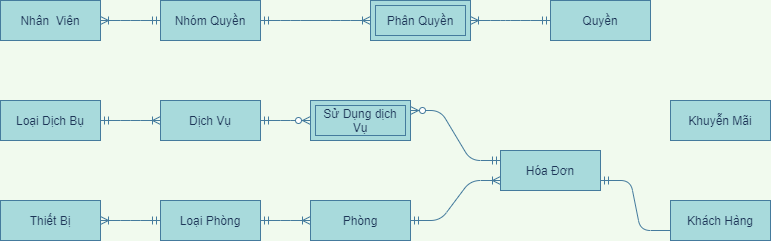
The draw.io diagram EntityRelationship-QLKS.png in maialino123/QLKS, before a commit. Source tidied: cells renumbered, new cells last; positions are measured from the earlier drawing's top-left corner, leaving out a move shared by most shapes. The source it was exported from:
```xml
<mxGraphModel background="#F1FAEE">
  <root>
    <mxCell id="0" />
    <mxCell id="1" parent="0" />
    <mxCell id="2" style="edgeStyle=entityRelationEdgeStyle;fontSize=12;html=1;endArrow=ERoneToMany;startArrow=ERmandOne;strokeColor=#457B9D;fillColor=#A8DADC;fontColor=#1D3557;exitX=1;exitY=0.5;exitDx=0;exitDy=0;entryX=0;entryY=0.5;entryDx=0;entryDy=0;labelBackgroundColor=#F1FAEE;" parent="1" edge="1" source="18" target="19">
      <mxGeometry relative="1" as="geometry" />
    </mxCell>
    <mxCell id="3" style="edgeStyle=entityRelationEdgeStyle;fontSize=12;html=1;endArrow=ERoneToMany;startArrow=ERmandOne;strokeColor=#457B9D;fillColor=#A8DADC;fontColor=#1D3557;entryX=1;entryY=0.5;entryDx=0;entryDy=0;exitX=0;exitY=0.5;exitDx=0;exitDy=0;labelBackgroundColor=#F1FAEE;" parent="1" edge="1" source="18" target="17">
      <mxGeometry relative="1" as="geometry" />
    </mxCell>
    <mxCell id="4" style="edgeStyle=entityRelationEdgeStyle;fontSize=12;html=1;endArrow=ERoneToMany;startArrow=ERmandOne;strokeColor=#457B9D;fontColor=#1D3557;exitX=1;exitY=0.5;exitDx=0;exitDy=0;entryX=0;entryY=0.5;entryDx=0;entryDy=0;labelBackgroundColor=#F1FAEE;" parent="1" edge="1" source="14" target="15">
      <mxGeometry relative="1" as="geometry" />
    </mxCell>
    <mxCell id="5" style="edgeStyle=entityRelationEdgeStyle;fontSize=12;html=1;endArrow=ERzeroToMany;startArrow=ERmandOne;entryX=0;entryY=0.5;entryDx=0;entryDy=0;strokeColor=#457B9D;fontColor=#1D3557;exitX=1;exitY=0.5;exitDx=0;exitDy=0;labelBackgroundColor=#F1FAEE;" parent="1" edge="1" source="15" target="6">
      <mxGeometry relative="1" as="geometry" />
    </mxCell>
    <mxCell id="6" value="Sử Dụng dịch Vụ" style="shape=ext;margin=3;double=1;whiteSpace=wrap;html=1;align=center;strokeColor=#457B9D;fillColor=#A8DADC;fontColor=#1D3557;" parent="1" vertex="1">
      <mxGeometry x="310" y="100" width="100" height="40" as="geometry" />
    </mxCell>
    <mxCell id="7" style="edgeStyle=entityRelationEdgeStyle;fontSize=12;html=1;endArrow=ERzeroToMany;startArrow=ERmandOne;entryX=1;entryY=0.25;entryDx=0;entryDy=0;strokeColor=#457B9D;fontColor=#1D3557;exitX=0;exitY=0.25;exitDx=0;exitDy=0;labelBackgroundColor=#F1FAEE;" parent="1" edge="1" source="21" target="6">
      <mxGeometry relative="1" as="geometry" />
    </mxCell>
    <mxCell id="8" style="edgeStyle=entityRelationEdgeStyle;fontSize=12;html=1;endArrow=ERoneToMany;startArrow=ERmandOne;strokeColor=#457B9D;fontColor=#1D3557;entryX=1;entryY=0.5;entryDx=0;entryDy=0;exitX=0;exitY=0.5;exitDx=0;exitDy=0;labelBackgroundColor=#F1FAEE;" parent="1" edge="1" source="12" target="9">
      <mxGeometry relative="1" as="geometry" />
    </mxCell>
    <mxCell id="9" value="Phân Quyền" style="shape=ext;margin=3;double=1;whiteSpace=wrap;html=1;align=center;strokeColor=#457B9D;fillColor=#A8DADC;fontColor=#1D3557;" parent="1" vertex="1">
      <mxGeometry x="370" width="100" height="40" as="geometry" />
    </mxCell>
    <mxCell id="10" style="edgeStyle=entityRelationEdgeStyle;fontSize=12;html=1;endArrow=ERoneToMany;startArrow=ERmandOne;strokeColor=#457B9D;fontColor=#1D3557;exitX=0;exitY=0.5;exitDx=0;exitDy=0;entryX=1;entryY=0.5;entryDx=0;entryDy=0;labelBackgroundColor=#F1FAEE;" parent="1" edge="1" source="11" target="13">
      <mxGeometry relative="1" as="geometry" />
    </mxCell>
    <mxCell id="11" value="Nhóm Quyền" style="whiteSpace=wrap;html=1;align=center;rounded=0;sketch=0;strokeColor=#457B9D;fillColor=#A8DADC;fontColor=#1D3557;" parent="1" vertex="1">
      <mxGeometry x="160" width="100" height="40" as="geometry" />
    </mxCell>
    <mxCell id="12" value="Quyền" style="whiteSpace=wrap;html=1;align=center;rounded=0;sketch=0;strokeColor=#457B9D;fillColor=#A8DADC;fontColor=#1D3557;" parent="1" vertex="1">
      <mxGeometry x="550" width="100" height="40" as="geometry" />
    </mxCell>
    <mxCell id="13" value="Nhân&amp;nbsp; Viên" style="whiteSpace=wrap;html=1;align=center;rounded=0;sketch=0;strokeColor=#457B9D;fillColor=#A8DADC;fontColor=#1D3557;" parent="1" vertex="1">
      <mxGeometry width="100" height="40" as="geometry" />
    </mxCell>
    <mxCell id="14" value="Loại Dịch Bụ" style="whiteSpace=wrap;html=1;align=center;rounded=0;sketch=0;strokeColor=#457B9D;fillColor=#A8DADC;fontColor=#1D3557;" parent="1" vertex="1">
      <mxGeometry y="100" width="100" height="40" as="geometry" />
    </mxCell>
    <mxCell id="15" value="Dịch Vụ" style="whiteSpace=wrap;html=1;align=center;rounded=0;sketch=0;strokeColor=#457B9D;fillColor=#A8DADC;fontColor=#1D3557;" parent="1" vertex="1">
      <mxGeometry x="160" y="100" width="100" height="40" as="geometry" />
    </mxCell>
    <mxCell id="16" value="Khuyễn Mãi" style="whiteSpace=wrap;html=1;align=center;rounded=0;sketch=0;strokeColor=#457B9D;fillColor=#A8DADC;fontColor=#1D3557;" parent="1" vertex="1">
      <mxGeometry x="670" y="100" width="100" height="40" as="geometry" />
    </mxCell>
    <mxCell id="17" value="Thiết Bị" style="whiteSpace=wrap;html=1;align=center;rounded=0;sketch=0;strokeColor=#457B9D;fillColor=#A8DADC;fontColor=#1D3557;" parent="1" vertex="1">
      <mxGeometry y="200" width="100" height="40" as="geometry" />
    </mxCell>
    <mxCell id="18" value="Loại Phòng" style="whiteSpace=wrap;html=1;align=center;rounded=0;sketch=0;strokeColor=#457B9D;fillColor=#A8DADC;fontColor=#1D3557;" parent="1" vertex="1">
      <mxGeometry x="160" y="200" width="100" height="40" as="geometry" />
    </mxCell>
    <mxCell id="19" value="Phòng" style="whiteSpace=wrap;html=1;align=center;rounded=0;sketch=0;strokeColor=#457B9D;fillColor=#A8DADC;fontColor=#1D3557;" parent="1" vertex="1">
      <mxGeometry x="310" y="200" width="100" height="40" as="geometry" />
    </mxCell>
    <mxCell id="20" value="Khách Hàng" style="whiteSpace=wrap;html=1;align=center;rounded=0;sketch=0;strokeColor=#457B9D;fillColor=#A8DADC;fontColor=#1D3557;" parent="1" vertex="1">
      <mxGeometry x="670" y="200" width="100" height="40" as="geometry" />
    </mxCell>
    <mxCell id="21" value="Hóa Đơn" style="whiteSpace=wrap;html=1;align=center;rounded=0;sketch=0;strokeColor=#457B9D;fillColor=#A8DADC;fontColor=#1D3557;" parent="1" vertex="1">
      <mxGeometry x="500" y="150" width="100" height="40" as="geometry" />
    </mxCell>
    <mxCell id="22" style="edgeStyle=entityRelationEdgeStyle;fontSize=12;html=1;endArrow=ERoneToMany;startArrow=ERmandOne;strokeColor=#457B9D;fontColor=#1D3557;exitX=1;exitY=0.5;exitDx=0;exitDy=0;labelBackgroundColor=#F1FAEE;" parent="1" edge="1" source="11" target="9">
      <mxGeometry relative="1" as="geometry" />
    </mxCell>
    <mxCell id="23" style="edgeStyle=entityRelationEdgeStyle;fontSize=12;html=1;endArrow=ERmandOne;exitX=0;exitY=0.75;exitDx=0;exitDy=0;entryX=1;entryY=0.75;entryDx=0;entryDy=0;labelBackgroundColor=#F1FAEE;strokeColor=#457B9D;fontColor=#1D3557;" parent="1" edge="1" source="20" target="21">
      <mxGeometry relative="1" as="geometry" />
    </mxCell>
    <mxCell id="24" style="edgeStyle=entityRelationEdgeStyle;fontSize=12;html=1;endArrow=ERoneToMany;startArrow=ERmandOne;strokeColor=#457B9D;fillColor=#A8DADC;exitX=1;exitY=0.5;exitDx=0;exitDy=0;entryX=0;entryY=0.75;entryDx=0;entryDy=0;" parent="1" edge="1" source="19" target="21">
      <mxGeometry relative="1" as="geometry" />
    </mxCell>
  </root>
</mxGraphModel>
```
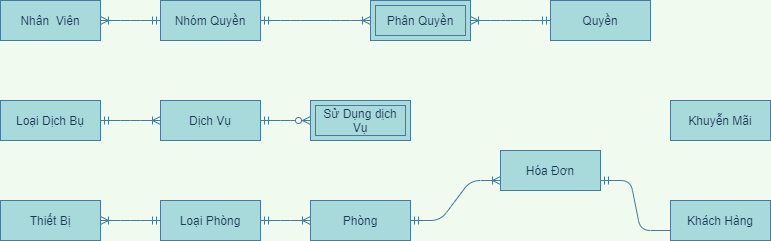
The same file after the commit.

Diff of the diagram source:
```diff
@@ -17,9 +17,6 @@
     <mxCell id="6" value="Sử Dụng dịch Vụ" style="shape=ext;margin=3;double=1;whiteSpace=wrap;html=1;align=center;strokeColor=#457B9D;fillColor=#A8DADC;fontColor=#1D3557;" parent="1" vertex="1">
       <mxGeometry x="310" y="100" width="100" height="40" as="geometry" />
     </mxCell>
-    <mxCell id="7" style="edgeStyle=entityRelationEdgeStyle;fontSize=12;html=1;endArrow=ERzeroToMany;startArrow=ERmandOne;entryX=1;entryY=0.25;entryDx=0;entryDy=0;strokeColor=#457B9D;fontColor=#1D3557;exitX=0;exitY=0.25;exitDx=0;exitDy=0;labelBackgroundColor=#F1FAEE;" parent="1" edge="1" source="21" target="6">
-      <mxGeometry relative="1" as="geometry" />
-    </mxCell>
     <mxCell id="8" style="edgeStyle=entityRelationEdgeStyle;fontSize=12;html=1;endArrow=ERoneToMany;startArrow=ERmandOne;strokeColor=#457B9D;fontColor=#1D3557;entryX=1;entryY=0.5;entryDx=0;entryDy=0;exitX=0;exitY=0.5;exitDx=0;exitDy=0;labelBackgroundColor=#F1FAEE;" parent="1" edge="1" source="12" target="9">
       <mxGeometry relative="1" as="geometry" />
     </mxCell>
```
